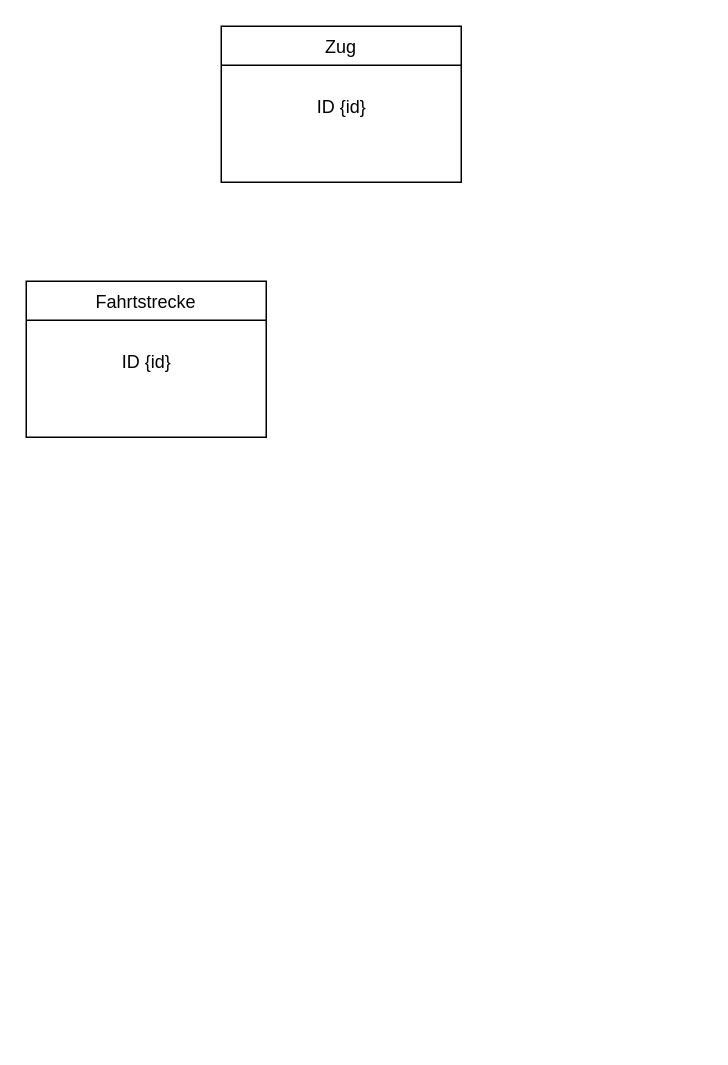
sarahmayrhofer/train_app keeps this draw.io diagram as page "Fahrplan" (4 of 5) of UML-Diagram Gruppe 1.drawio. Above is the earlier version. Source tidied: cells renumbered, new cells numbered last; positions are measured from the earlier drawing's top-left corner, leaving out a move shared by most shapes. Both pictures are drawn from the tidied source at 150%, with x=0, y=0 at pixel (26, 26).
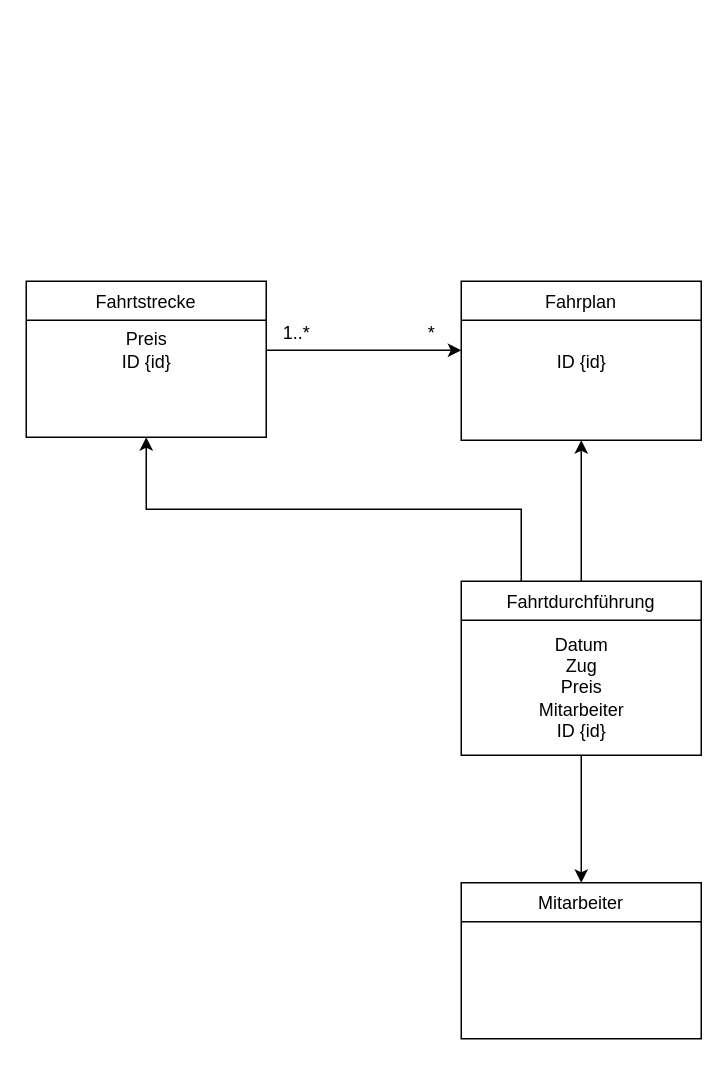
Above is the later version.

What changed in the source:
```diff
@@
 <mxGraphModel>
   <root>
     <mxCell id="0" />
     <mxCell id="1" parent="0" />
-    <mxCell id="2" value="Zug" style="swimlane;fontStyle=0;align=center;verticalAlign=top;horizontal=1;startSize=26;rounded=0;shadow=0;strokeWidth=1;" parent="1" vertex="1">
-      <mxGeometry x="130" width="160" height="104" as="geometry" />
-    </mxCell>
-    <mxCell id="3" value="&lt;br&gt;ID {id}" style="text;html=1;align=center;verticalAlign=middle;points=[];strokeColor=none;fillColor=none;" parent="2" vertex="1">
-      <mxGeometry y="26" width="160" height="40" as="geometry" />
-    </mxCell>
     <mxCell id="4" value="Fahrtstrecke" style="swimlane;fontStyle=0;align=center;verticalAlign=top;horizontal=1;startSize=26;rounded=0;shadow=0;strokeWidth=1;" parent="1" vertex="1">
       <mxGeometry y="170" width="160" height="104" as="geometry" />
     </mxCell>
-    <mxCell id="5" value="&lt;br&gt;ID {id}" style="text;html=1;align=center;verticalAlign=middle;points=[];strokeColor=none;fillColor=none;" parent="4" vertex="1">
+    <mxCell id="5" value="Preis&lt;br&gt;ID {id}" style="text;html=1;align=center;verticalAlign=middle;points=[];strokeColor=none;fillColor=none;" parent="4" vertex="1">
       <mxGeometry y="26" width="160" height="40" as="geometry" />
     </mxCell>
+    <mxCell id="6" value="Fahrplan" style="swimlane;fontStyle=0;align=center;verticalAlign=top;horizontal=1;startSize=26;rounded=0;shadow=0;strokeWidth=1;" parent="1" vertex="1">
+      <mxGeometry x="290" y="170" width="160" height="106" as="geometry" />
+    </mxCell>
+    <mxCell id="3" value="&lt;br&gt;ID {id}" style="text;html=1;align=center;verticalAlign=middle;points=[];strokeColor=none;fillColor=none;" parent="6" vertex="1">
+      <mxGeometry y="26" width="160" height="40" as="geometry" />
+    </mxCell>
+    <mxCell id="7" style="edgeStyle=orthogonalEdgeStyle;rounded=0;jettySize=auto;html=1;" parent="1" edge="1" source="5" target="3">
+      <mxGeometry relative="1" as="geometry" />
+    </mxCell>
+    <mxCell id="8" style="edgeStyle=orthogonalEdgeStyle;rounded=0;jettySize=auto;html=1;exitX=0.5;exitY=0;exitDx=0;exitDy=0;entryX=0.5;entryY=1;entryDx=0;entryDy=0;" parent="1" edge="1" source="10" target="6">
+      <mxGeometry relative="1" as="geometry" />
+    </mxCell>
+    <mxCell id="9" style="edgeStyle=orthogonalEdgeStyle;rounded=0;jettySize=auto;html=1;exitX=0.25;exitY=0;exitDx=0;exitDy=0;entryX=0.5;entryY=1;entryDx=0;entryDy=0;" parent="1" edge="1" source="10" target="4">
+      <mxGeometry relative="1" as="geometry" />
+    </mxCell>
+    <mxCell id="10" value="Fahrtdurchführung" style="swimlane;fontStyle=0;align=center;verticalAlign=top;horizontal=1;startSize=26;rounded=0;shadow=0;strokeWidth=1;" parent="1" vertex="1">
+      <mxGeometry x="290" y="370" width="160" height="116" as="geometry" />
+    </mxCell>
+    <mxCell id="11" value="Datum&lt;br&gt;Zug&lt;br&gt;Preis&lt;br&gt;Mitarbeiter&lt;br&gt;ID {id}" style="text;html=1;align=center;verticalAlign=middle;points=[];strokeColor=none;fillColor=none;" parent="10" vertex="1">
+      <mxGeometry y="26" width="160" height="90" as="geometry" />
+    </mxCell>
+    <mxCell id="12" value="1..*" style="text;html=1;align=center;verticalAlign=middle;strokeColor=none;fillColor=none;" parent="1" vertex="1">
+      <mxGeometry x="160" y="190" width="40" height="30" as="geometry" />
+    </mxCell>
+    <mxCell id="13" value="*" style="text;html=1;align=center;verticalAlign=middle;strokeColor=none;fillColor=none;" parent="1" vertex="1">
+      <mxGeometry x="255" y="190" width="30" height="30" as="geometry" />
+    </mxCell>
+    <mxCell id="14" value="Mitarbeiter" style="swimlane;fontStyle=0;align=center;verticalAlign=top;horizontal=1;startSize=26;rounded=0;shadow=0;strokeWidth=1;" parent="1" vertex="1">
+      <mxGeometry x="290" y="571" width="160" height="104" as="geometry" />
+    </mxCell>
+    <mxCell id="15" style="edgeStyle=orthogonalEdgeStyle;rounded=0;jettySize=auto;html=1;entryX=0.5;entryY=0;entryDx=0;entryDy=0;" parent="1" edge="1" source="11" target="14">
+      <mxGeometry relative="1" as="geometry" />
+    </mxCell>
   </root>
 </mxGraphModel>
```
